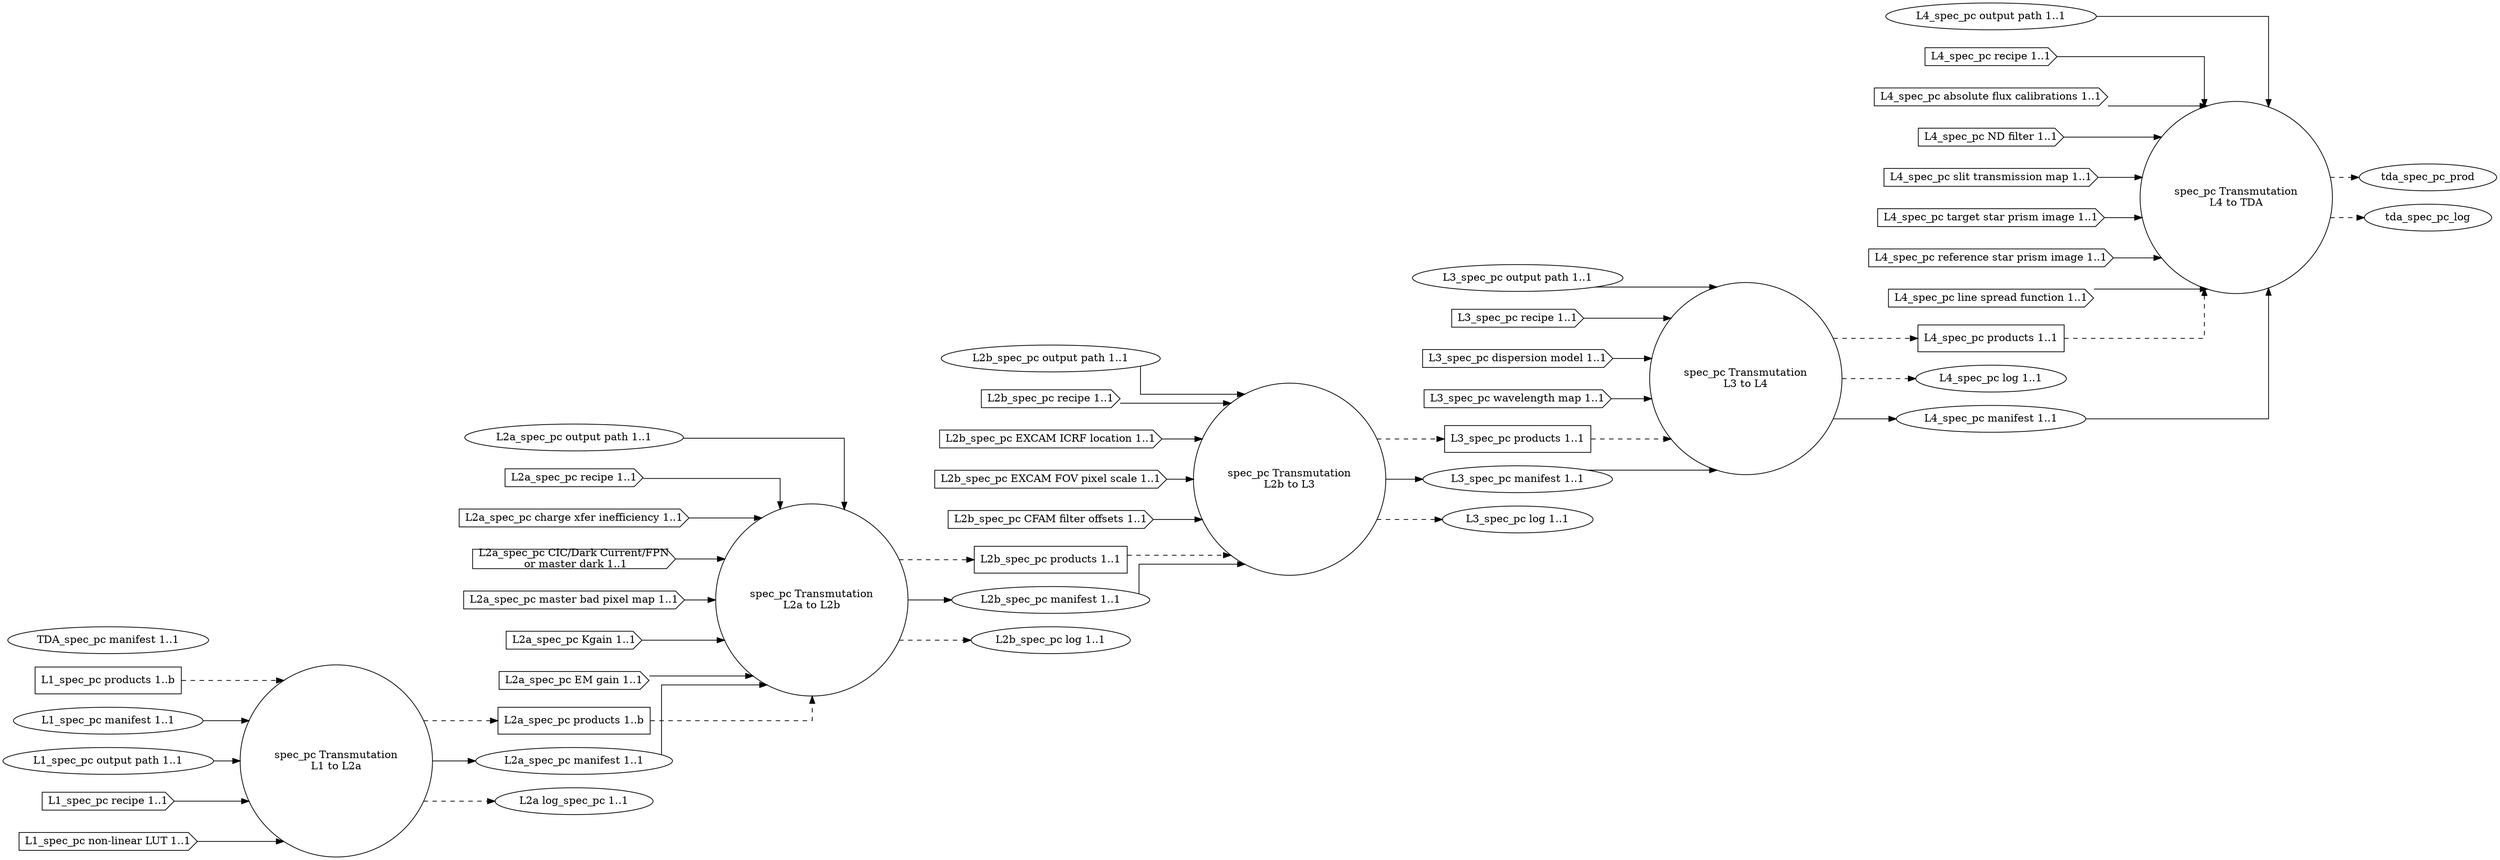
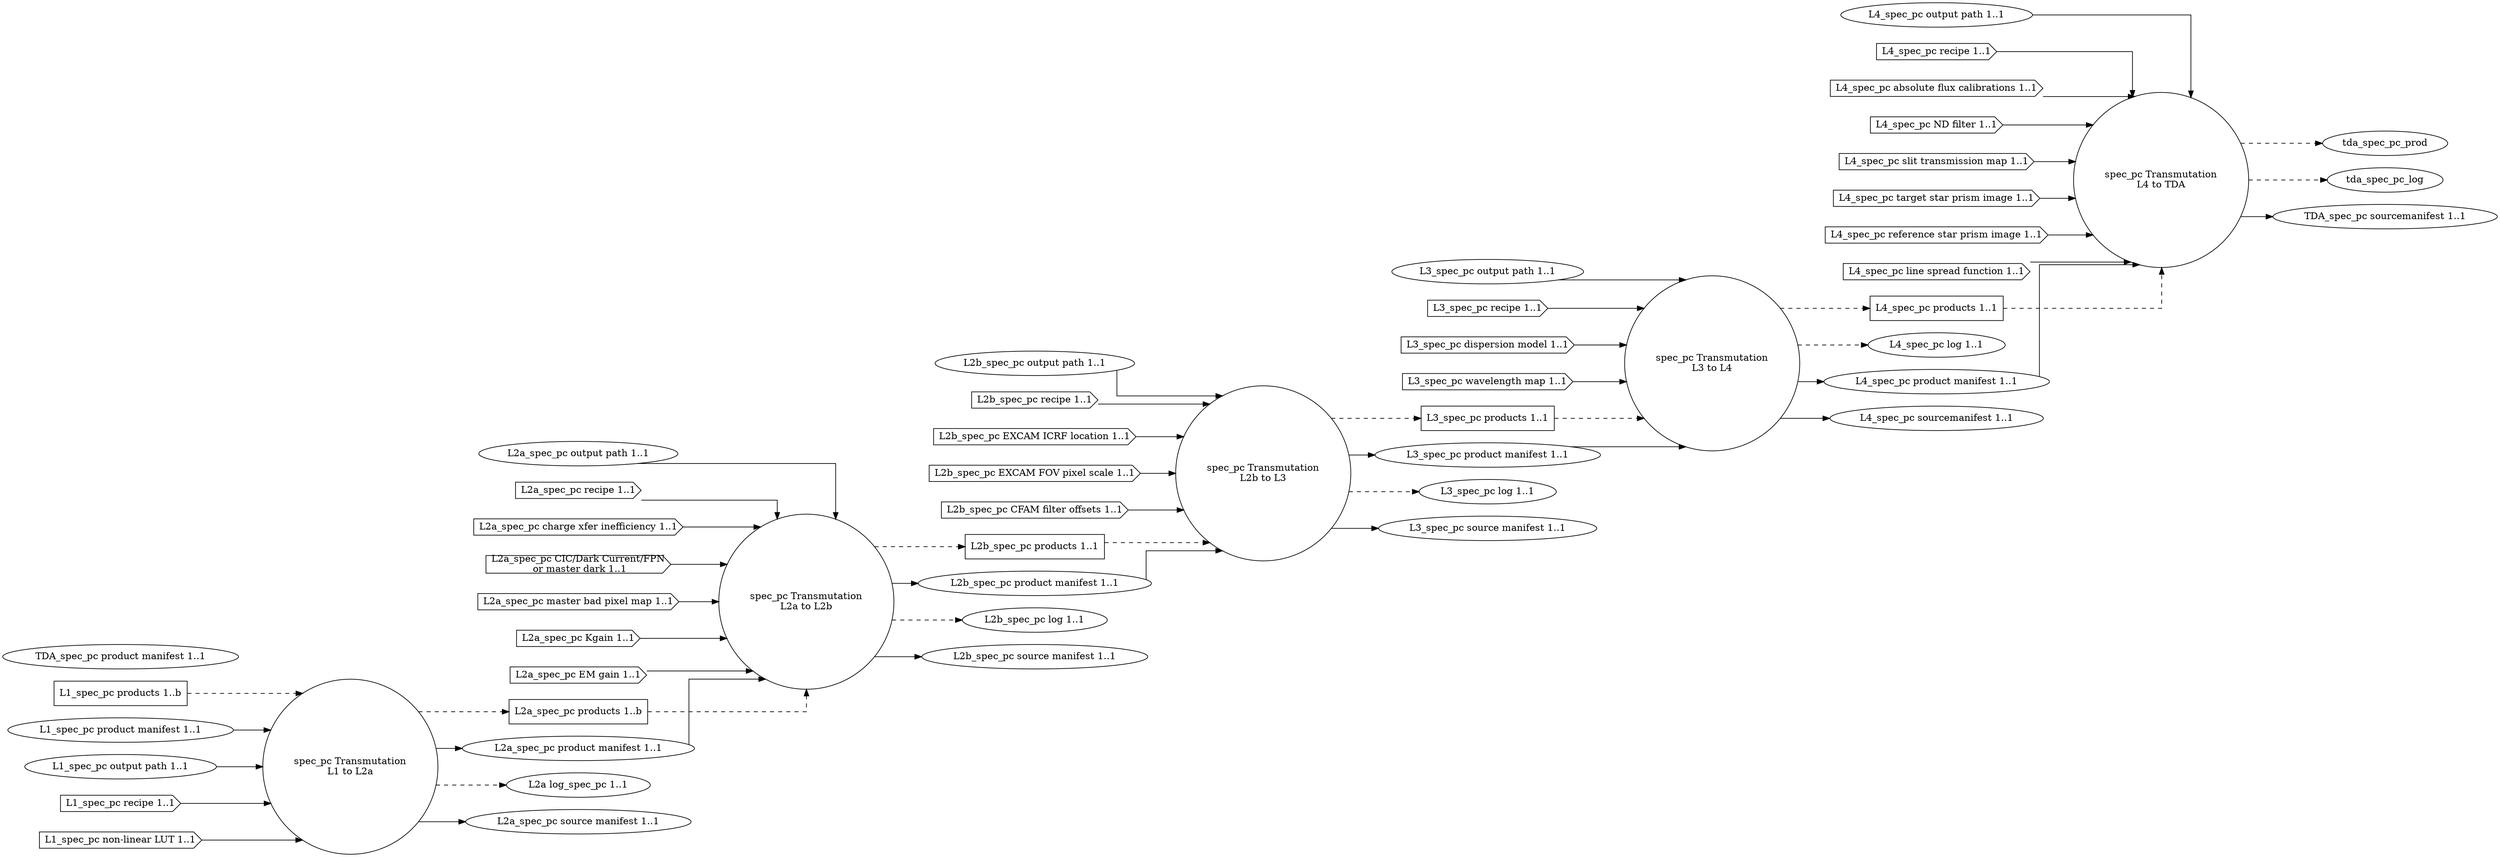
digraph SpectroscopyPhotonCount {
graph [splines="ortho", rankdir=LR];
trans_spec_pc_l1_l2a [label="spec_pc Transmutation\nL1 to L2a", shape="circle", runname="l1.transmutation_spec_pc", runtype="dawgie.Algorithm", fsmtype="dip.base.Runner"];
trans_spec_pc_l2a_l2b [label="spec_pc Transmutation\nL2a to L2b", shape="circle", runname="l2a.transmutation_spec_pc", runtype="dawgie.Algorithm", fsmtype="dip.base.Runner"];
trans_spec_pc_l2b_l3 [label="spec_pc Transmutation\nL2b to L3", shape="circle", runname="l2b.transmutation_spec_pc", runtype="dawgie.Algorithm", fsmtype="dip.base.Runner"];
trans_spec_pc_l3_l4 [label="spec_pc Transmutation\nL3 to L4", shape="circle", runname="l3.transmutation_spec_pc", runtype="dawgie.Algorithm", fsmtype="dip.base.Runner"];
trans_spec_pc_l4_tda [label="spec_pc Transmutation\nL4 to TDA", shape="circle", runname="l4.transmutation_spec_pc", runtype="dawgie.Algorithm", fsmtype="dip.base.Runner"];
l1_spec_pc_prod [label="L1_spec_pc products 1..b", shape="rectangle"];
- l1_spec_pc_man [label="L1_spec_pc manifest 1..1", shape="ellipse"];
+ l1_spec_pc_man [label="L1_spec_pc product manifest 1..1", shape="ellipse"];
l1_spec_pc_odir [label="L1_spec_pc output path 1..1", shape="ellipse"];
l1_spec_pc_rec [label="L1_spec_pc recipe 1..1", shape="cds"];
l1_spec_pc_nllut [label="L1_spec_pc non-linear LUT 1..1", shape="cds"];
l2a_spec_pc_prod [label="L2a_spec_pc products 1..b", shape="rectangle"];
- l2a_spec_pc_man [label="L2a_spec_pc manifest 1..1", shape="ellipse", valname="l1.transmutation_spec_pc.product.manifest", valtype="dip.base.Manifest"];
+ l2a_spec_pc_man [label="L2a_spec_pc product manifest 1..1", shape="ellipse", valname="l1.transmutation_spec_pc.product.manifest", valtype="dip.base.Manifest"];
l2a_spec_pc_odir [label="L2a_spec_pc output path 1..1", shape="ellipse"];
l2a_spec_pc_rec [label="L2a_spec_pc recipe 1..1", shape="cds"];
l2a_spec_pc_cti [label="L2a_spec_pc charge xfer inefficiency 1..1", shape="cds"];
l2a_spec_pc_dnb [label="L2a_spec_pc CIC/Dark Current/FPN\n or master dark 1..1", shape="cds"];
l2a_spec_pc_mbpm [label="L2a_spec_pc master bad pixel map 1..1", shape="cds"];
l2a_spec_pc_kgain [label="L2a_spec_pc Kgain 1..1", shape="cds"];
l2a_spec_pc_emg [label="L2a_spec_pc EM gain 1..1", shape="cds"];
l2a_spec_pc_log [label="L2a log_spec_pc 1..1", shape="ellipse"];
l2b_spec_pc_prod [label="L2b_spec_pc products 1..1", shape="rectangle"];
- l2b_spec_pc_man [label="L2b_spec_pc manifest 1..1", shape="ellipse", valname="l2a.transmutation_spec_pc.product.manifest", valtype="dip.base.Manifest"];
+ l2b_spec_pc_man [label="L2b_spec_pc product manifest 1..1", shape="ellipse", valname="l2a.transmutation_spec_pc.product.manifest", valtype="dip.base.Manifest"];
l2b_spec_pc_odir [label="L2b_spec_pc output path 1..1", shape="ellipse"];
l2b_spec_pc_rec [label="L2b_spec_pc recipe 1..1", shape="cds"];
l2b_spec_pc_excicrf [label="L2b_spec_pc EXCAM ICRF location 1..1", shape="cds"];
l2b_spec_pc_excfovps [label="L2b_spec_pc EXCAM FOV pixel scale 1..1", shape="cds"];
l2b_spec_pc_cfamfo [label="L2b_spec_pc CFAM filter offsets 1..1", shape="cds"];
l2b_spec_pc_log [label="L2b_spec_pc log 1..1", shape="ellipse"];
l3_spec_pc_prod [label="L3_spec_pc products 1..1", shape="rectangle"];
l3_spec_pc_odir [label="L3_spec_pc output path 1..1", shape="ellipse"];
- l3_spec_pc_man [label="L3_spec_pc manifest 1..1", shape="ellipse", valname="l2b.transmutation_spec_pc.product.manifest", valtype="dip.base.Manifest"];
+ l3_spec_pc_man [label="L3_spec_pc product manifest 1..1", shape="ellipse", valname="l2b.transmutation_spec_pc.product.manifest", valtype="dip.base.Manifest"];
l3_spec_pc_rec [label="L3_spec_pc recipe 1..1", shape="cds"];
l3_spec_pc_dispm [label="L3_spec_pc dispersion model 1..1", shape="cds"];
l3_spec_pc_wavem [label="L3_spec_pc wavelength map 1..1", shape="cds"];
l3_spec_pc_log [label="L3_spec_pc log 1..1", shape="ellipse"];
l4_spec_pc_prod [label="L4_spec_pc products 1..1", shape="rectangle"];
l4_spec_pc_odir [label="L4_spec_pc output path 1..1", shape="ellipse"];
l4_spec_pc_log [label="L4_spec_pc log 1..1", shape="ellipse"];
- l4_spec_pc_man [label="L4_spec_pc manifest 1..1", shape="ellipse", valname="l3.transmutation_spec_pc.product.manifest", valtype="dip.base.Manifest"];
+ l4_spec_pc_man [label="L4_spec_pc product manifest 1..1", shape="ellipse", valname="l3.transmutation_spec_pc.product.manifest", valtype="dip.base.Manifest"];
l4_spec_pc_rec [label="L4_spec_pc recipe 1..1", shape="cds"];
l4_spec_pc_afcal [label="L4_spec_pc absolute flux calibrations 1..1", shape="cds"];
l4_spec_pc_ndfilt [label="L4_spec_pc ND filter 1..1", shape="cds"];
l4_spec_pc_stmap [label="L4_spec_pc slit transmission map 1..1", shape="cds"];
l4_spec_pc_tspi [label="L4_spec_pc target star prism image 1..1", shape="cds"];
l4_spec_pc_rspi [label="L4_spec_pc reference star prism image 1..1", shape="cds"];
l4_spec_pc_lsf [label="L4_spec_pc line spread function 1..1", shape="cds"];
- tda_spec_pc_man [label="TDA_spec_pc manifest 1..1", shape="ellipse", valname="l4.transmutation_spec_pc.product.manifest", valtype="dip.base.Manifest"];
+ tda_spec_pc_man [label="TDA_spec_pc product manifest 1..1", shape="ellipse", valname="l4.transmutation_spec_pc.product.manifest", valtype="dip.base.Manifest"];
l1_spec_pc_prod -> trans_spec_pc_l1_l2a [style="dashed"];
l1_spec_pc_man -> trans_spec_pc_l1_l2a;
l1_spec_pc_odir -> trans_spec_pc_l1_l2a;
l1_spec_pc_rec -> trans_spec_pc_l1_l2a;
l1_spec_pc_nllut -> trans_spec_pc_l1_l2a;
trans_spec_pc_l1_l2a -> l2a_spec_pc_prod [style="dashed"];
trans_spec_pc_l1_l2a -> l2a_spec_pc_man;
trans_spec_pc_l1_l2a -> l2a_spec_pc_log [style="dashed"];
l2a_spec_pc_prod -> trans_spec_pc_l2a_l2b [style="dashed"];
l2a_spec_pc_odir -> trans_spec_pc_l2a_l2b;
l2a_spec_pc_rec -> trans_spec_pc_l2a_l2b;
l2a_spec_pc_cti -> trans_spec_pc_l2a_l2b;
l2a_spec_pc_dnb -> trans_spec_pc_l2a_l2b;
l2a_spec_pc_mbpm -> trans_spec_pc_l2a_l2b;
l2a_spec_pc_emg -> trans_spec_pc_l2a_l2b;
l2a_spec_pc_kgain -> trans_spec_pc_l2a_l2b;
trans_spec_pc_l2a_l2b -> l2b_spec_pc_prod [style="dashed"];
trans_spec_pc_l2a_l2b -> l2b_spec_pc_man;
trans_spec_pc_l2a_l2b -> l2b_spec_pc_log [style="dashed"];
l2a_spec_pc_man -> trans_spec_pc_l2a_l2b;
l2b_spec_pc_prod -> trans_spec_pc_l2b_l3 [style="dashed"];
l2b_spec_pc_man -> trans_spec_pc_l2b_l3;
l2b_spec_pc_odir -> trans_spec_pc_l2b_l3;
l2b_spec_pc_rec -> trans_spec_pc_l2b_l3;
l2b_spec_pc_excicrf -> trans_spec_pc_l2b_l3;
l2b_spec_pc_excfovps -> trans_spec_pc_l2b_l3;
l2b_spec_pc_cfamfo -> trans_spec_pc_l2b_l3;
trans_spec_pc_l2b_l3 -> l3_spec_pc_prod [style="dashed"];
trans_spec_pc_l2b_l3 -> l3_spec_pc_man;
trans_spec_pc_l2b_l3 -> l3_spec_pc_log [style="dashed"];
l3_spec_pc_prod -> trans_spec_pc_l3_l4 [style="dashed"];
l3_spec_pc_man -> trans_spec_pc_l3_l4;
l3_spec_pc_odir -> trans_spec_pc_l3_l4;
l3_spec_pc_rec -> trans_spec_pc_l3_l4;
l3_spec_pc_dispm -> trans_spec_pc_l3_l4;
l3_spec_pc_wavem -> trans_spec_pc_l3_l4;
trans_spec_pc_l3_l4 -> l4_spec_pc_prod [style="dashed"];
trans_spec_pc_l3_l4 -> l4_spec_pc_log [style="dashed"];
trans_spec_pc_l3_l4 -> l4_spec_pc_man;
l4_spec_pc_prod -> trans_spec_pc_l4_tda [style="dashed"];
l4_spec_pc_man -> trans_spec_pc_l4_tda;
l4_spec_pc_odir -> trans_spec_pc_l4_tda;
l4_spec_pc_rec -> trans_spec_pc_l4_tda;
l4_spec_pc_afcal -> trans_spec_pc_l4_tda;
l4_spec_pc_ndfilt -> trans_spec_pc_l4_tda;
l4_spec_pc_stmap -> trans_spec_pc_l4_tda;
l4_spec_pc_tspi -> trans_spec_pc_l4_tda;
l4_spec_pc_rspi -> trans_spec_pc_l4_tda;
l4_spec_pc_lsf -> trans_spec_pc_l4_tda;
trans_spec_pc_l4_tda -> tda_spec_pc_prod [style="dashed"];
trans_spec_pc_l4_tda -> tda_spec_pc_log [style="dashed"];
+ 
+ l2a_spec_pc_src [label="L2a_spec_pc source manifest 1..1", shape="ellipse", valname="l1.transmutation_spec_pc.source.manifest", valtype="dip.base.Manifest"];
+ l2b_spec_pc_src [label="L2b_spec_pc source manifest 1..1", shape="ellipse", valname="l2a.transmutation_spec_pc.source.manifest", valtype="dip.base.Manifest"];
+ l3_spec_pc_src [label="L3_spec_pc source manifest 1..1", shape="ellipse", valname="l2b.transmutation_spec_pc.source.manifest", valtype="dip.base.Manifest"];
+ l4_spec_pc_src [label="L4_spec_pc sourcemanifest 1..1", shape="ellipse", valname="l3.transmutation_spec_pc.source.manifest", valtype="dip.base.Manifest"];
+ tda_spec_pc_src [label="TDA_spec_pc sourcemanifest 1..1", shape="ellipse", valname="l4.transmutation_spec_pc.source.manifest", valtype="dip.base.Manifest"];
+ trans_spec_pc_l1_l2a -> l2a_spec_pc_src;
+ trans_spec_pc_l2a_l2b -> l2b_spec_pc_src;
+ trans_spec_pc_l2b_l3 -> l3_spec_pc_src;
+ trans_spec_pc_l3_l4 -> l4_spec_pc_src;
+ trans_spec_pc_l4_tda -> tda_spec_pc_src;
}
